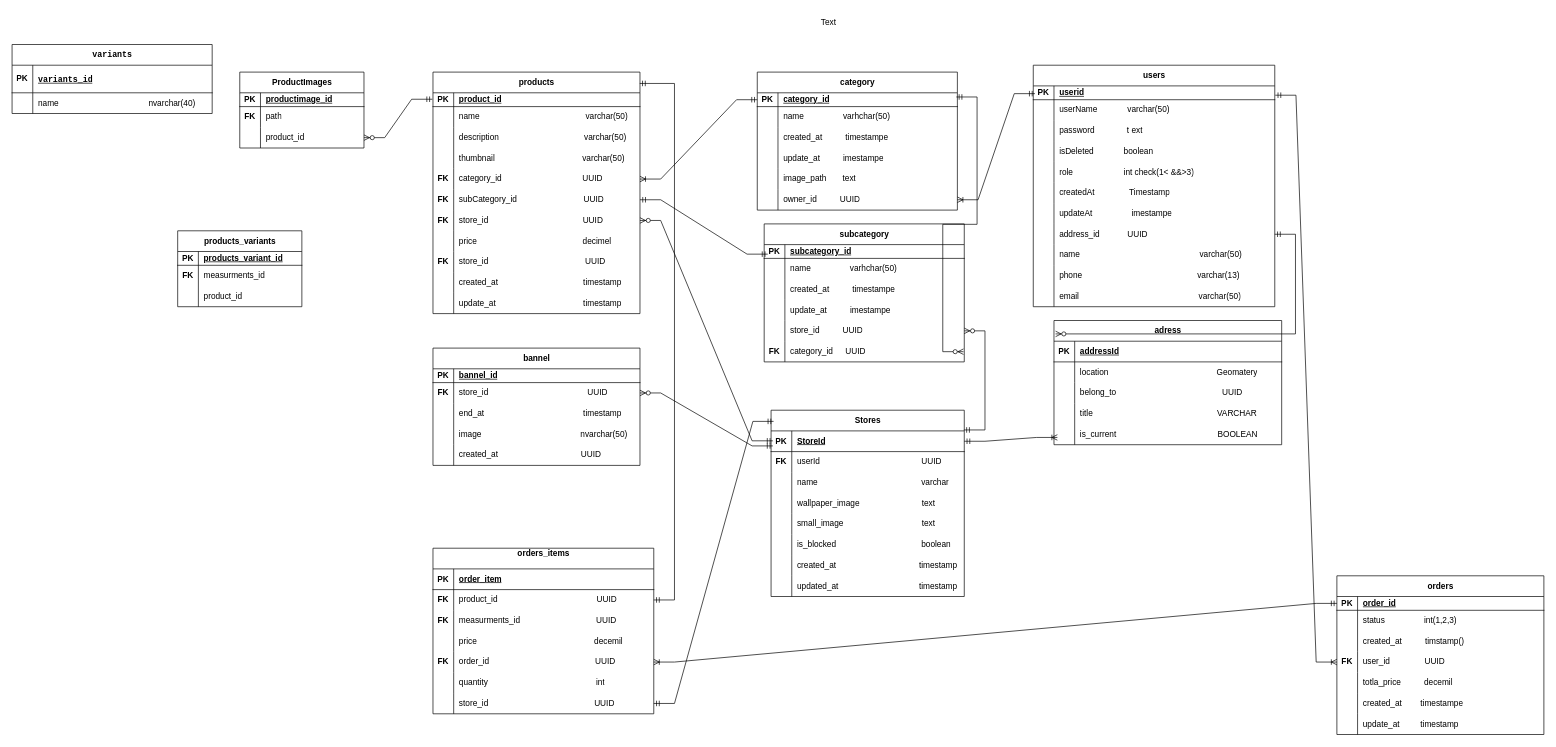
Before: ecommerce.drawio in Abdullah2100/ecommerce_full_stack, a draw.io diagram. Source tidied: cells renumbered, new cells numbered last; positions are measured from the earlier drawing's top-left corner, leaving out a move shared by most shapes. Both pictures are drawn from the tidied source at 69%, with x=0, y=0 at pixel (12, 12).
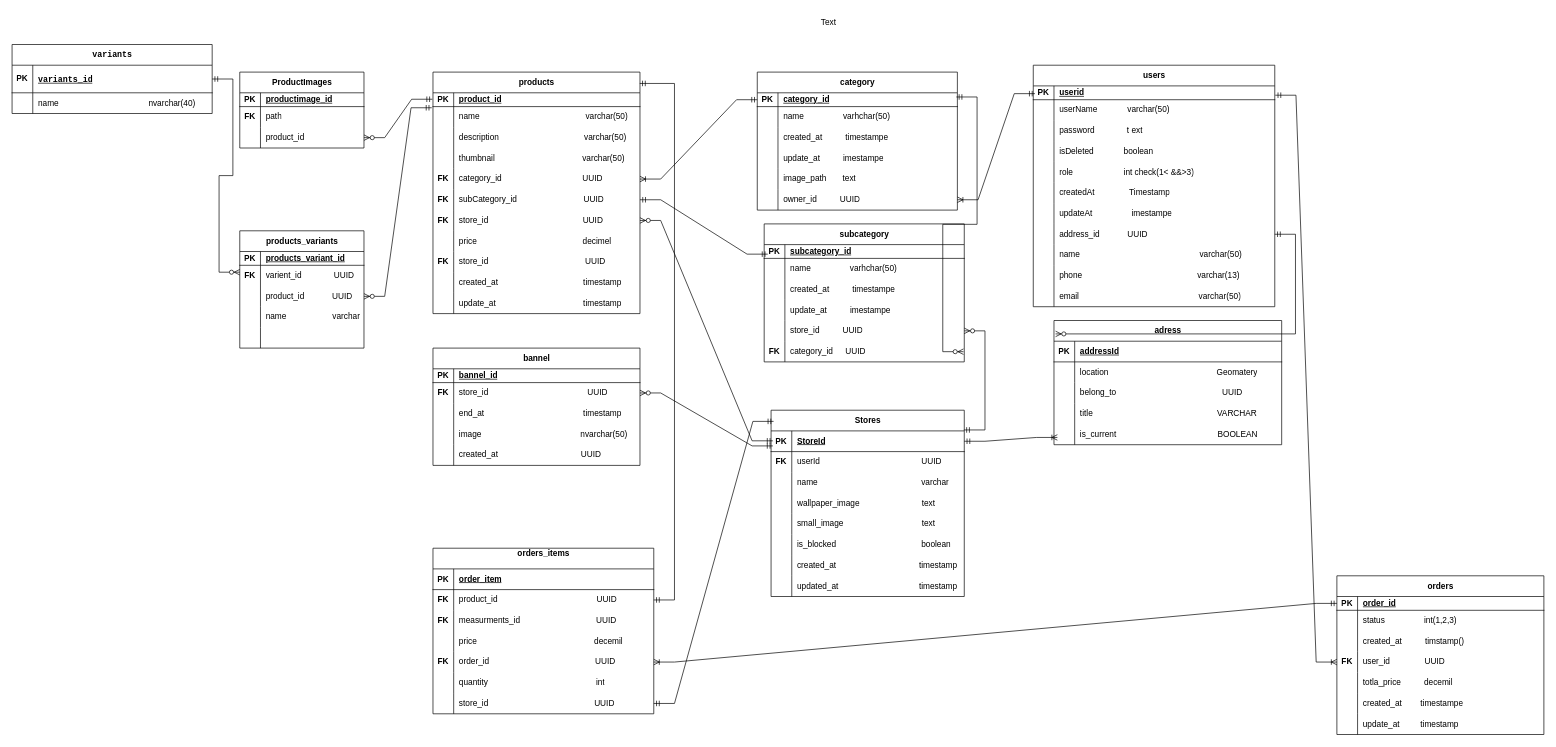
After the change.

Commit message (it also covers changes not shown here):
update erd for product_varient table

Unchanged cells that the change refers to:
```xml
<mxCell id="40" style="shape=tableRow;horizontal=0;startSize=0;swimlaneHead=0;swimlaneBody=0;fillColor=none;points=[[0,0.5],[1,0.5]];portConstraint=eastwest;top=0;left=0;right=0;bottom=0;" parent="36" vertex="1">
  <mxGeometry y="50" width="300" height="30" as="geometry" />
</mxCell>
<mxCell id="71" style="shape=tableRow;horizontal=0;startSize=0;swimlaneHead=0;swimlaneBody=0;fillColor=none;points=[[0,0.5],[1,0.5]];portConstraint=eastwest;top=0;left=0;right=0;bottom=1;" parent="70" vertex="1">
  <mxGeometry y="30" width="290" height="40" as="geometry" />
</mxCell>
<mxCell id="125" style="shape=tableRow;horizontal=0;startSize=0;swimlaneHead=0;swimlaneBody=0;fillColor=none;points=[[0,0.5],[1,0.5]];portConstraint=eastwest;top=0;left=0;right=0;bottom=0;" parent="121" vertex="1">
  <mxGeometry y="50" width="180" height="30" as="geometry" />
</mxCell>
<mxCell id="128" style="shape=tableRow;horizontal=0;startSize=0;swimlaneHead=0;swimlaneBody=0;fillColor=none;points=[[0,0.5],[1,0.5]];portConstraint=eastwest;top=0;left=0;right=0;bottom=0;" parent="121" vertex="1">
  <mxGeometry y="80" width="180" height="30" as="geometry" />
</mxCell>
```

Diff of the diagram source:
```diff
@@
     <mxCell id="121" value="products_variants" style="shape=table;startSize=30;childLayout=tableLayout;rowLines=0;fontStyle=1;align=center;html=1;" parent="1" vertex="1">
-      <mxGeometry x="240" y="317" width="180" height="110" as="geometry" />
+      <mxGeometry x="330" y="317" width="180" height="170" as="geometry" />
     </mxCell>
@@
-    <mxCell id="127" value="measurments_id" style="shape=partialRectangle;fillColor=none;top=0;left=0;bottom=0;right=0;align=left;spacingLeft=6;overflow=hidden;whiteSpace=wrap;html=1;" parent="125" vertex="1">
+    <mxCell id="127" value="varient_id&amp;nbsp; &amp;nbsp; &amp;nbsp; &amp;nbsp; &amp;nbsp; &amp;nbsp; &amp;nbsp; UUID" style="shape=partialRectangle;fillColor=none;top=0;left=0;bottom=0;right=0;align=left;spacingLeft=6;overflow=hidden;whiteSpace=wrap;html=1;" parent="125" vertex="1">
       <mxGeometry x="30" width="150" height="30" as="geometry" />
     </mxCell>
@@
-    <mxCell id="130" value="product_id" style="shape=partialRectangle;fillColor=none;top=0;left=0;bottom=0;right=0;align=left;spacingLeft=6;overflow=hidden;whiteSpace=wrap;html=1;" parent="128" vertex="1">
+    <mxCell id="130" value="product_id&amp;nbsp; &amp;nbsp; &amp;nbsp; &amp;nbsp; &amp;nbsp; &amp;nbsp; UUID" style="shape=partialRectangle;fillColor=none;top=0;left=0;bottom=0;right=0;align=left;spacingLeft=6;overflow=hidden;whiteSpace=wrap;html=1;" parent="128" vertex="1">
       <mxGeometry x="30" width="150" height="30" as="geometry" />
     </mxCell>
+    <mxCell id="251" style="shape=tableRow;horizontal=0;startSize=0;swimlaneHead=0;swimlaneBody=0;fillColor=none;top=0;left=0;right=0;bottom=0;" parent="121" vertex="1">
+      <mxGeometry y="110" width="180" height="30" as="geometry" />
+    </mxCell>
+    <mxCell id="252" style="shape=partialRectangle;fillColor=none;top=0;left=0;bottom=0;right=0;overflow=hidden;whiteSpace=wrap;html=1;" parent="251" vertex="1">
+      <mxGeometry width="30" height="30" as="geometry" />
+    </mxCell>
+    <mxCell id="253" value="name&amp;nbsp; &amp;nbsp; &amp;nbsp; &amp;nbsp; &amp;nbsp; &amp;nbsp; &amp;nbsp; &amp;nbsp; &amp;nbsp; &amp;nbsp; varchar" style="shape=partialRectangle;fillColor=none;top=0;left=0;bottom=0;right=0;align=left;spacingLeft=6;overflow=hidden;whiteSpace=wrap;html=1;" parent="251" vertex="1">
+      <mxGeometry x="30" width="150" height="30" as="geometry" />
+    </mxCell>
+    <mxCell id="254" style="shape=tableRow;horizontal=0;startSize=0;swimlaneHead=0;swimlaneBody=0;fillColor=none;top=0;left=0;right=0;bottom=0;" parent="121" vertex="1">
+      <mxGeometry y="140" width="180" height="30" as="geometry" />
+    </mxCell>
+    <mxCell id="255" style="shape=partialRectangle;fillColor=none;top=0;left=0;bottom=0;right=0;overflow=hidden;whiteSpace=wrap;html=1;" parent="254" vertex="1">
+      <mxGeometry width="30" height="30" as="geometry" />
+    </mxCell>
+    <mxCell id="256" style="shape=partialRectangle;fillColor=none;top=0;left=0;bottom=0;right=0;align=left;spacingLeft=6;overflow=hidden;whiteSpace=wrap;html=1;" parent="254" vertex="1">
+      <mxGeometry x="30" width="150" height="30" as="geometry" />
+    </mxCell>
@@
+    <mxCell id="257" style="edgeStyle=entityRelationEdgeStyle;fontSize=12;html=1;endArrow=ERzeroToMany;startArrow=ERmandOne;rounded=0;entryX=0;entryY=0.333;entryDx=0;entryDy=0;entryPerimeter=0;" parent="1" edge="1" source="71" target="125">
+      <mxGeometry relative="1" as="geometry" />
+    </mxCell>
+    <mxCell id="258" style="edgeStyle=entityRelationEdgeStyle;fontSize=12;html=1;endArrow=ERzeroToMany;startArrow=ERmandOne;rounded=0;exitX=-0.006;exitY=0.056;exitDx=0;exitDy=0;exitPerimeter=0;" parent="1" edge="1" source="40" target="128">
+      <mxGeometry relative="1" as="geometry" />
+    </mxCell>
```
